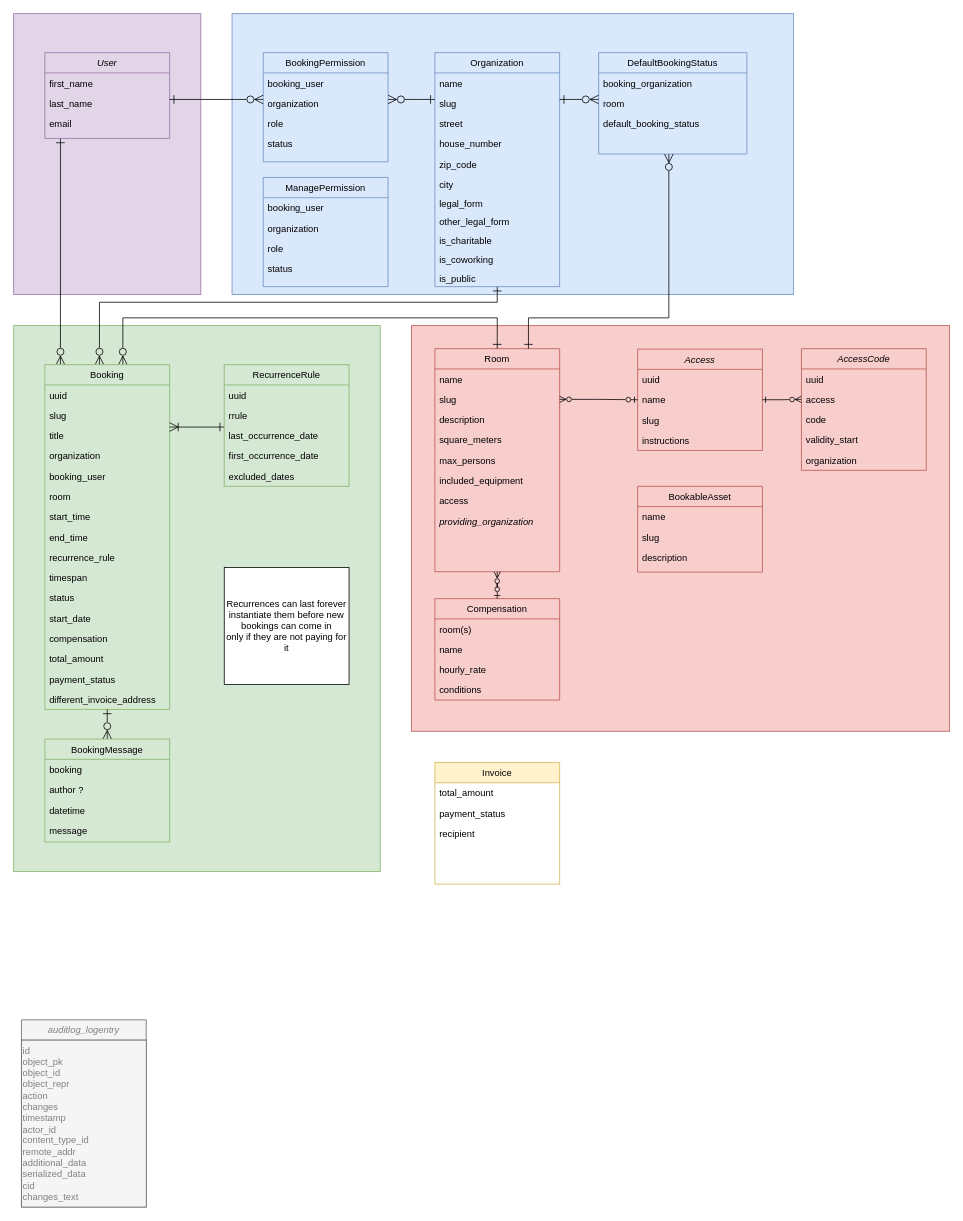
Earlier version of the draw.io diagram docs/modelling/erd-v1.3.0.drawio (Haus-des-Engagements/re-sharing). Source tidied: cells renumbered, new cells numbered last; positions are measured from the earlier drawing's top-left corner, leaving out a move shared by most shapes. Both pictures are drawn from the tidied source at 78%, with x=0, y=0 at pixel (13, 13).
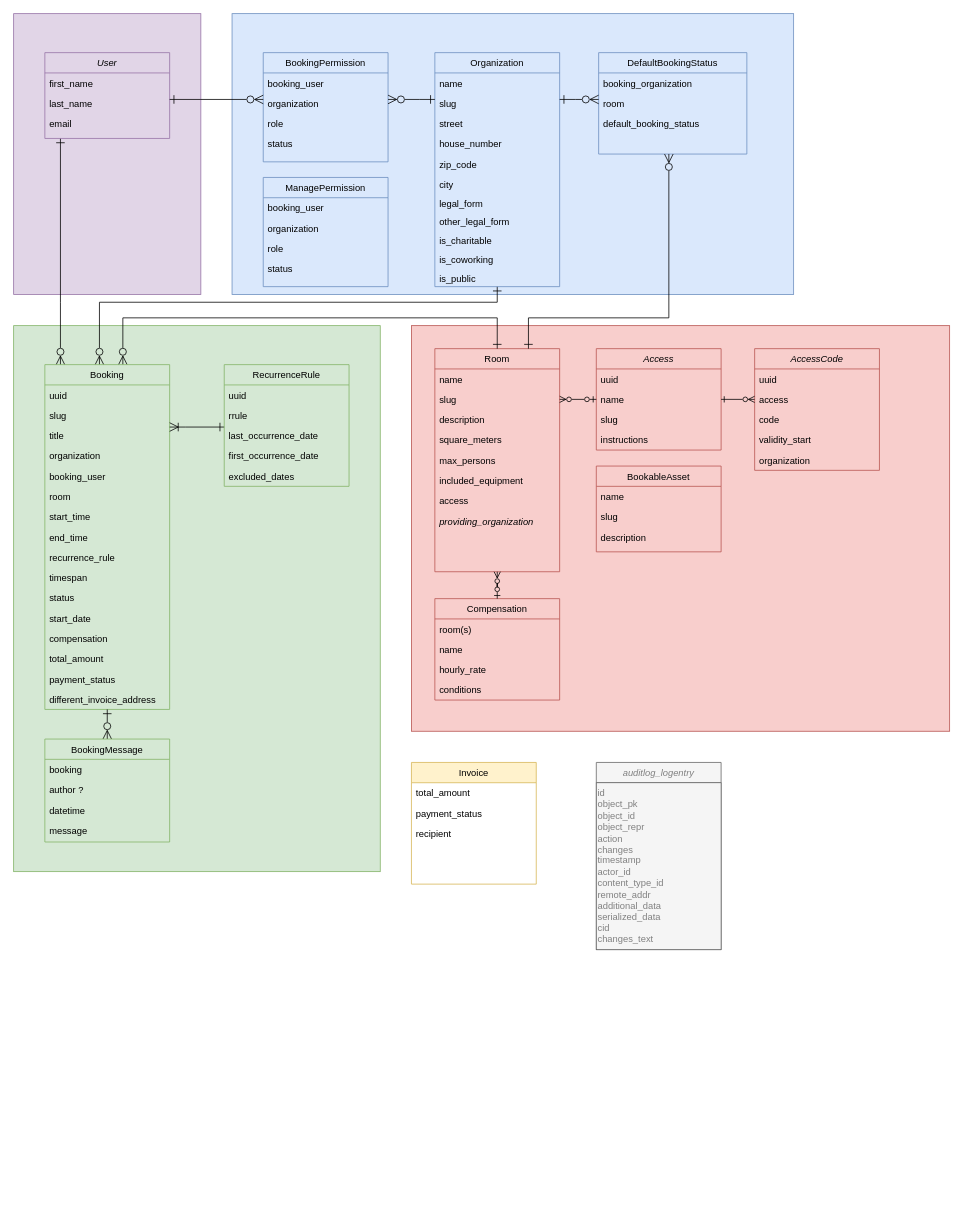
Above is the later version.

Change to the diagram source:
```diff
@@
     <mxCell id="34" value="auditlog_logentry" style="swimlane;fontStyle=2;align=center;verticalAlign=top;horizontal=1;startSize=26;rounded=0;shadow=0;strokeWidth=1;fillColor=#f5f5f5;strokeColor=#666666;fontColor=#808080;" parent="1" vertex="1">
-      <mxGeometry x="10" y="1290" width="160" height="240" as="geometry" />
+      <mxGeometry x="747" y="960" width="160" height="240" as="geometry" />
     </mxCell>
@@
     <mxCell id="78" value="Access" style="swimlane;fontStyle=2;align=center;verticalAlign=top;horizontal=1;startSize=26;rounded=0;shadow=0;strokeWidth=1;fillColor=#f8cecc;strokeColor=#b85450;" parent="1" vertex="1">
-      <mxGeometry x="800" y="430" width="160" height="130" as="geometry" />
+      <mxGeometry x="747" y="429.5" width="160" height="130" as="geometry" />
     </mxCell>
@@
     <mxCell id="84" value="AccessCode" style="swimlane;fontStyle=2;align=center;verticalAlign=top;horizontal=1;startSize=26;rounded=0;shadow=0;strokeWidth=1;fillColor=#f8cecc;strokeColor=#b85450;" parent="1" vertex="1">
-      <mxGeometry x="1010" y="429.5" width="160" height="156" as="geometry" />
+      <mxGeometry x="950" y="429.5" width="160" height="156" as="geometry" />
     </mxCell>
@@
-    <mxCell id="97" value="Recurrences can last forever&lt;div&gt;instantiate them before new bookings can come in&lt;/div&gt;&lt;div&gt;only if they are not paying for it&lt;/div&gt;" style="rounded=0;whiteSpace=wrap;html=1;" parent="1" vertex="1">
-      <mxGeometry x="270" y="710" width="160" height="150" as="geometry" />
-    </mxCell>
     <mxCell id="98" value="BookableAsset" style="swimlane;fontStyle=0;align=center;verticalAlign=top;horizontal=1;startSize=26;rounded=0;shadow=0;strokeWidth=1;fillColor=#f8cecc;strokeColor=#b85450;" parent="1" vertex="1">
-      <mxGeometry x="800" y="606" width="160" height="110" as="geometry" />
+      <mxGeometry x="747" y="580" width="160" height="110" as="geometry" />
     </mxCell>
@@
     <mxCell id="102" value="Invoice" style="swimlane;fontStyle=0;align=center;verticalAlign=top;horizontal=1;startSize=26;rounded=0;shadow=0;strokeWidth=1;fillColor=#fff2cc;strokeColor=#d6b656;" parent="1" vertex="1">
-      <mxGeometry x="540" y="960" width="160" height="156" as="geometry" />
+      <mxGeometry x="510" y="960" width="160" height="156" as="geometry" />
     </mxCell>
```
